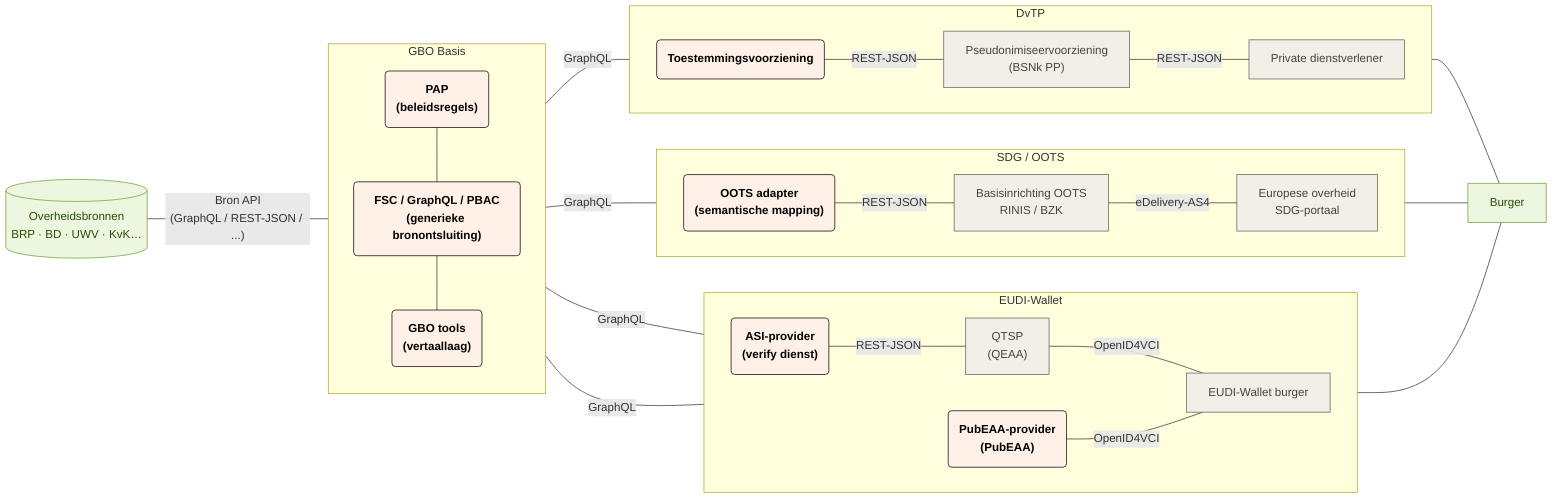
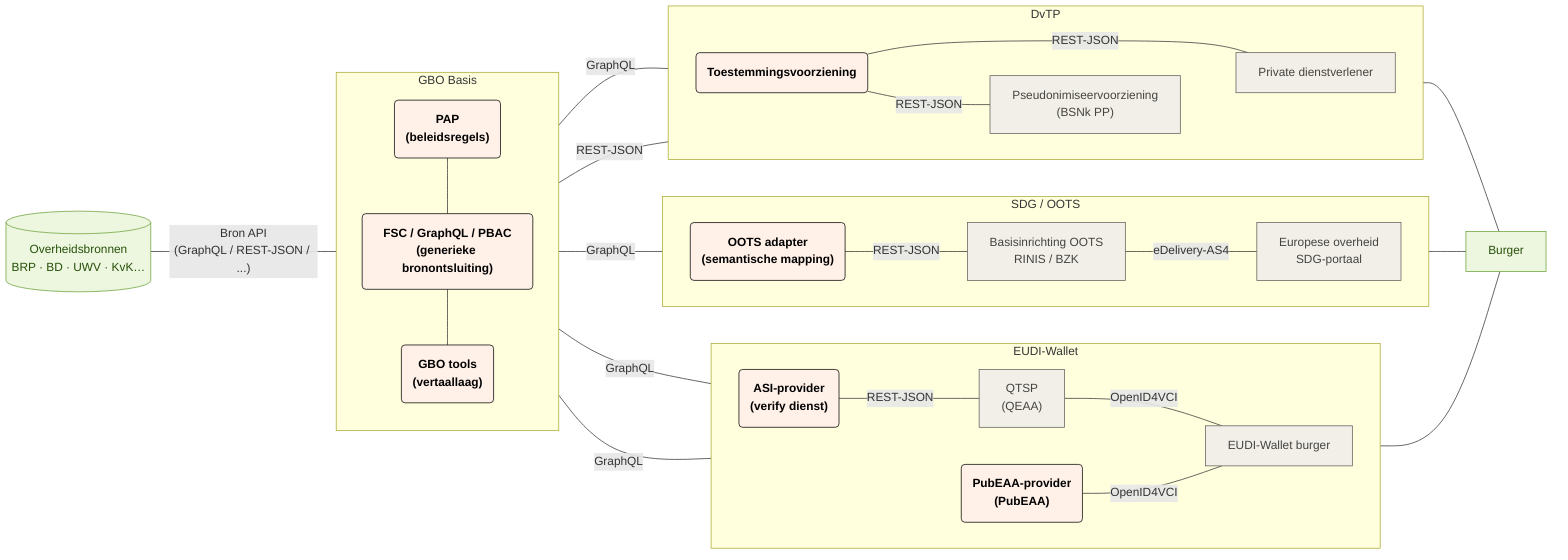
flowchart LR
  subgraph gbo["GBO Basis"]
    direction TB
        fsc_pap("`**PAP<br>(beleidsregels)**`")
        fsc("`**FSC / GraphQL / PBAC<br>(generieke bronontsluiting)**`")
        fsc_tools("`**GBO tools<br>(vertaallaag)**`")
  end
  subgraph eudi["EUDI-Wallet"]
    direction LR
        eudi_asi("`**ASI-provider<br>(verify dienst)**`")
        eudi_pubeaa("`**PubEAA-provider<br>(PubEAA)**`")
        eudi_qeaa["QTSP<br>(QEAA)"]
        eudi_wallet["EUDI-Wallet burger"]
  end
  subgraph oots["SDG / OOTS"]
    direction LR
        oots_adapter("`**OOTS adapter<br>(semantische mapping)**`")
        oots_basis["Basisinrichting OOTS<br>RINIS / BZK"]
        oots_afnemer["Europese overheid<br>SDG-portaal"]
  end
  subgraph dvtp["DvTP"]
    direction LR
        dvtp_toestemming("`**Toestemmingsvoorziening**`")
        dvtp_pseudoniem["Pseudonimiseervoorziening<br>(BSNk PP)"]
        dvtp_afnemer["Private dienstverlener"]
  end

  fsc_pap --- fsc
  fsc --- fsc_tools
  bron[("Overheidsbronnen<br>BRP · BD · UWV · KvK…")] -- Bron API<br>(GraphQL / REST-JSON / ...) --- gbo
  eudi_asi -- REST-JSON --- eudi_qeaa
  eudi_qeaa -- OpenID4VCI --- eudi_wallet
-   gbo -- GraphQL --- eudi_asi & eudi_pubeaa & oots_adapter & dvtp_toestemming
+   gbo -- GraphQL --- eudi_asi & eudi_pubeaa & oots_adapter & dvtp_afnemer
  eudi_pubeaa -- OpenID4VCI --- eudi_wallet
  oots_adapter -- REST-JSON --- oots_basis
  oots_basis -- eDelivery-AS4 --- oots_afnemer
+   gbo -- REST-JSON --- dvtp_toestemming
+   dvtp_toestemming -- REST-JSON --- dvtp_afnemer
  dvtp_toestemming -- REST-JSON --- dvtp_pseudoniem
-   dvtp_pseudoniem -- REST-JSON --- dvtp_afnemer
+   dvtp_pseudoniem ~~~ dvtp_afnemer
  eudi_wallet --- burger["Burger"]
  oots_afnemer --- burger
  dvtp_afnemer --- burger

  fsc_pap:::gbo
  fsc:::gbo
  fsc_tools:::gbo
  eudi_asi:::gbo
  eudi_pubeaa:::gbo
  eudi_qeaa:::eudi
  eudi_wallet:::eudi
  oots_adapter:::gbo
  oots_basis:::oots
  oots_afnemer:::oots
  dvtp_toestemming:::gbo
  dvtp_pseudoniem:::dvtp
  dvtp_afnemer:::dvtp
  bron:::bron
  burger:::burger

  classDef bron fill:#edf7df,stroke:#6aa13a,color:#27500a
  classDef generiek fill:#f1efe8,stroke:#5f5e5a,color:#444441
  classDef eudi fill:#f1efe8,stroke:#5f5e5a,color:#444441
  classDef oots fill:#f1efe8,stroke:#5f5e5a,color:#444441
  classDef dvtp fill:#f1efe8,stroke:#5f5e5a,color:#444441
  classDef gbo fill:#fff0e8,stroke:#000000,color:#000000
  classDef burger fill:#edf7df,stroke:#6aa13a,color:#27500a
